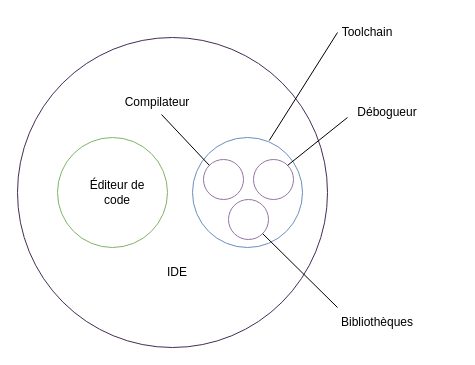
heig-tin-info/handbook keeps this draw.io diagram as docs/assets/images/toolchain.drawio. Above is the earlier version. Source tidied: cells renumbered, new cells numbered last; positions are measured from the earlier drawing's top-left corner, leaving out a move shared by most shapes. Both pictures are drawn from the tidied source at 100%, with x=0, y=0 at pixel (17, 17).
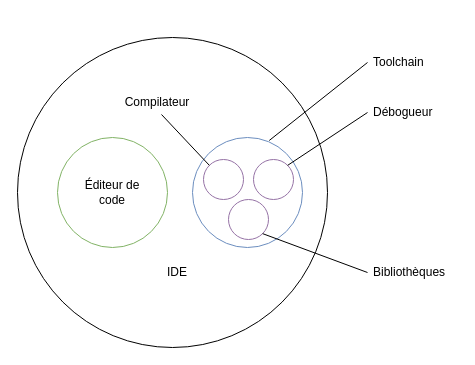
After the change.

What changed in the source:
```diff
@@
 <mxGraphModel>
   <root>
     <mxCell id="0" />
     <mxCell id="1" parent="0" />
-    <mxCell id="2" style="ellipse;whiteSpace=wrap;html=1;fillColor=none;fontColor=#ffffff;strokeColor=#432D57;" parent="1" vertex="1">
+    <mxCell id="2" style="ellipse;whiteSpace=wrap;html=1;fillColor=none;fontColor=#ffffff;strokeColor=default;" parent="1" vertex="1">
       <mxGeometry y="20" width="310" height="310" as="geometry" />
     </mxCell>
     <mxCell id="3" style="ellipse;whiteSpace=wrap;html=1;fillColor=none;strokeColor=#6c8ebf;" parent="1" vertex="1">
       <mxGeometry x="175" y="120" width="110" height="110" as="geometry" />
     </mxCell>
     <mxCell id="4" style="ellipse;whiteSpace=wrap;html=1;fillColor=none;strokeColor=#9673a6;" parent="1" vertex="1">
       <mxGeometry x="186" y="142" width="40" height="40" as="geometry" />
     </mxCell>
     <mxCell id="5" style="ellipse;whiteSpace=wrap;html=1;fillColor=none;strokeColor=#82b366;" parent="1" vertex="1">
       <mxGeometry x="40" y="120" width="110" height="110" as="geometry" />
     </mxCell>
     <mxCell id="6" style="ellipse;whiteSpace=wrap;html=1;fillColor=none;strokeColor=#9673a6;" parent="1" vertex="1">
       <mxGeometry x="236" y="142" width="40" height="40" as="geometry" />
     </mxCell>
     <mxCell id="7" style="ellipse;whiteSpace=wrap;html=1;fillColor=none;strokeColor=#9673a6;" parent="1" vertex="1">
       <mxGeometry x="211" y="182" width="40" height="40" as="geometry" />
     </mxCell>
     <mxCell id="8" value="Éditeur de code" style="text;strokeColor=none;align=center;fillColor=none;html=1;verticalAlign=middle;whiteSpace=wrap;rounded=0;" parent="1" vertex="1">
-      <mxGeometry x="70" y="160" width="60" height="30" as="geometry" />
+      <mxGeometry x="60" y="160" width="70" height="30" as="geometry" />
     </mxCell>
     <mxCell id="9" style="endArrow=none;html=1;rounded=0;entryX=0;entryY=0;entryDx=0;entryDy=0;" parent="1" edge="1" target="4">
       <mxGeometry relative="1" as="geometry">
         <mxPoint x="144" y="97" as="sourcePoint" />
       </mxGeometry>
     </mxCell>
     <mxCell id="10" value="Compilateur" style="text;strokeColor=none;align=center;fillColor=none;html=1;verticalAlign=middle;whiteSpace=wrap;rounded=0;" parent="1" vertex="1">
       <mxGeometry x="110" y="70" width="60" height="30" as="geometry" />
     </mxCell>
-    <mxCell id="11" style="endArrow=none;html=1;rounded=0;entryX=1;entryY=0;entryDx=0;entryDy=0;" parent="1" edge="1" target="6">
-      <mxGeometry relative="1" as="geometry">
-        <mxPoint x="330" y="100" as="sourcePoint" />
-      </mxGeometry>
+    <mxCell id="11" style="endArrow=none;html=1;rounded=0;entryX=1;entryY=0;entryDx=0;entryDy=0;exitX=0;exitY=0.5;exitDx=0;exitDy=0;" parent="1" edge="1" source="15" target="6">
+      <mxGeometry relative="1" as="geometry" />
     </mxCell>
-    <mxCell id="12" style="endArrow=none;html=1;rounded=0;entryX=1;entryY=1;entryDx=0;entryDy=0;" parent="1" edge="1" target="7">
-      <mxGeometry relative="1" as="geometry">
-        <mxPoint x="320" y="290" as="sourcePoint" />
-      </mxGeometry>
+    <mxCell id="12" style="endArrow=none;html=1;rounded=0;entryX=1;entryY=1;entryDx=0;entryDy=0;exitX=0;exitY=0.5;exitDx=0;exitDy=0;" parent="1" edge="1" source="16" target="7">
+      <mxGeometry relative="1" as="geometry" />
     </mxCell>
     <mxCell id="13" style="endArrow=none;html=1;rounded=0;entryX=0.698;entryY=0.027;entryDx=0;entryDy=0;exitX=0;exitY=0.5;exitDx=0;exitDy=0;entryPerimeter=0;" parent="1" edge="1" source="14" target="3">
       <mxGeometry relative="1" as="geometry" />
     </mxCell>
-    <mxCell id="14" value="Toolchain" style="text;strokeColor=none;align=center;fillColor=none;html=1;verticalAlign=middle;whiteSpace=wrap;rounded=0;" parent="1" vertex="1">
-      <mxGeometry x="320" width="60" height="30" as="geometry" />
+    <mxCell id="14" value="Toolchain" style="text;strokeColor=none;align=left;fillColor=none;html=1;verticalAlign=middle;whiteSpace=wrap;rounded=0;spacingLeft=4;" parent="1" vertex="1">
+      <mxGeometry x="350" y="30" width="80" height="30" as="geometry" />
     </mxCell>
-    <mxCell id="15" value="Débogueur" style="text;strokeColor=none;align=center;fillColor=none;html=1;verticalAlign=middle;whiteSpace=wrap;rounded=0;" parent="1" vertex="1">
-      <mxGeometry x="340" y="80" width="60" height="30" as="geometry" />
+    <mxCell id="15" value="Débogueur" style="text;strokeColor=none;align=left;fillColor=none;html=1;verticalAlign=middle;whiteSpace=wrap;rounded=0;spacingLeft=4;" parent="1" vertex="1">
+      <mxGeometry x="350" y="80" width="80" height="30" as="geometry" />
     </mxCell>
-    <mxCell id="16" value="Bibliothèques" style="text;strokeColor=none;align=center;fillColor=none;html=1;verticalAlign=middle;whiteSpace=wrap;rounded=0;" parent="1" vertex="1">
-      <mxGeometry x="330" y="290" width="60" height="30" as="geometry" />
+    <mxCell id="16" value="Bibliothèques" style="text;strokeColor=none;align=left;fillColor=none;html=1;verticalAlign=middle;whiteSpace=wrap;rounded=0;spacingLeft=4;" parent="1" vertex="1">
+      <mxGeometry x="350" y="240" width="90" height="30" as="geometry" />
     </mxCell>
     <mxCell id="17" value="IDE" style="text;strokeColor=none;align=center;fillColor=none;html=1;verticalAlign=middle;whiteSpace=wrap;rounded=0;" parent="1" vertex="1">
       <mxGeometry x="130" y="240" width="60" height="30" as="geometry" />
     </mxCell>
   </root>
 </mxGraphModel>
```
